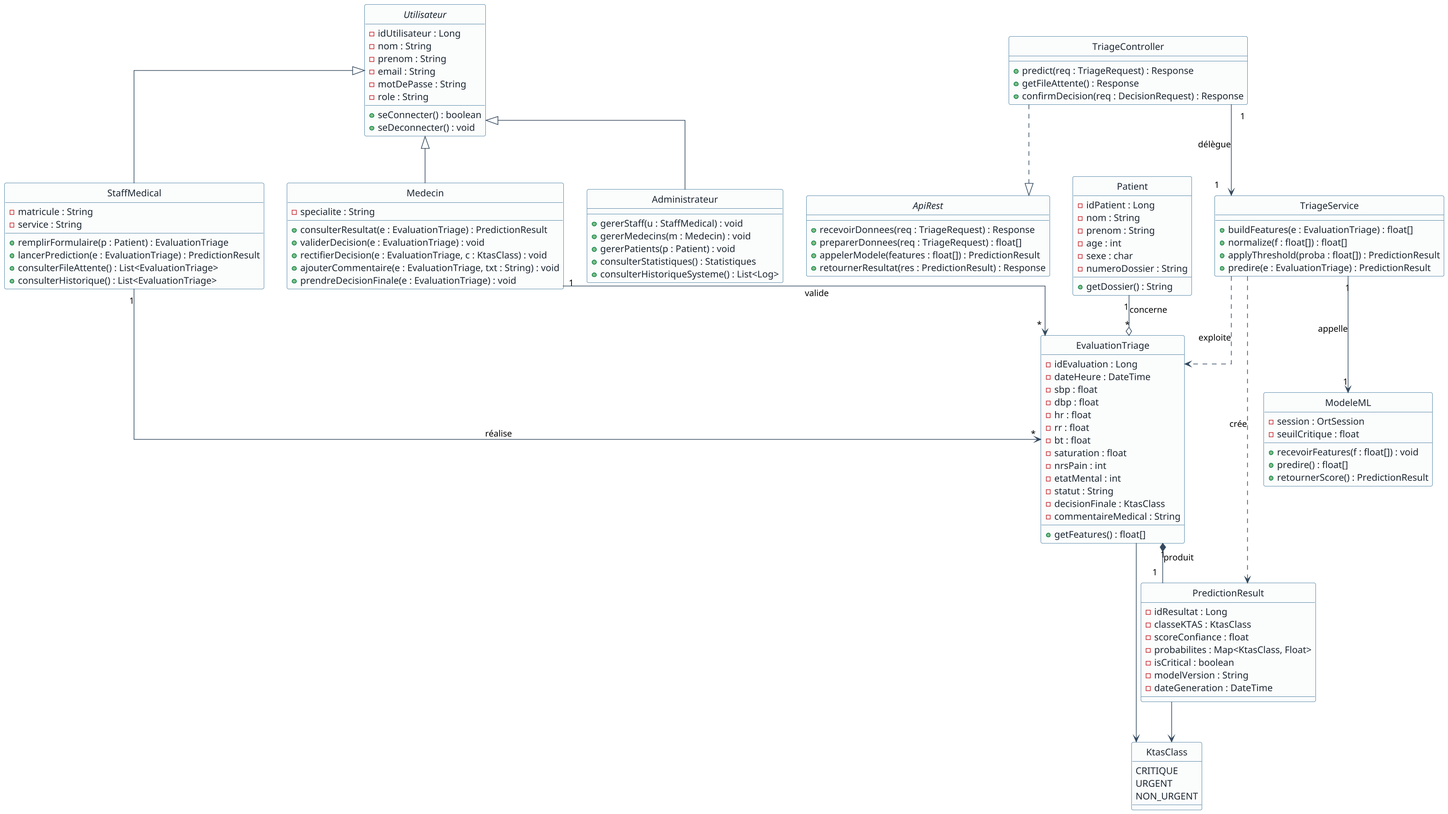
The PlantUML diagram figures/class.png in Salaheddine03-ux/quicktriage-rapport, before a commit.
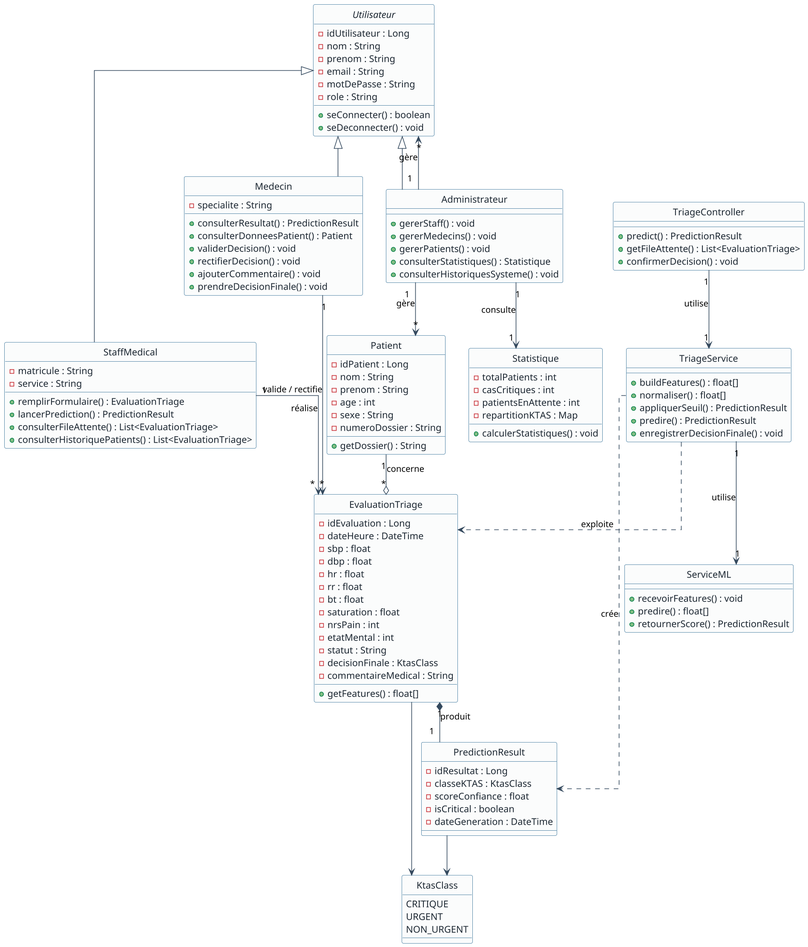
The same file after the commit.

Change to the diagram source:
```diff
@@ -26,27 +26,28 @@
 class StaffMedical {
   - matricule : String
   - service : String
-  + remplirFormulaire(p : Patient) : EvaluationTriage
-  + lancerPrediction(e : EvaluationTriage) : PredictionResult
+  + remplirFormulaire() : EvaluationTriage
+  + lancerPrediction() : PredictionResult
   + consulterFileAttente() : List<EvaluationTriage>
-  + consulterHistorique() : List<EvaluationTriage>
+  + consulterHistoriquePatients() : List<EvaluationTriage>
 }
 
 class Medecin {
   - specialite : String
-  + consulterResultat(e : EvaluationTriage) : PredictionResult
-  + validerDecision(e : EvaluationTriage) : void
-  + rectifierDecision(e : EvaluationTriage, c : KtasClass) : void
-  + ajouterCommentaire(e : EvaluationTriage, txt : String) : void
-  + prendreDecisionFinale(e : EvaluationTriage) : void
+  + consulterResultat() : PredictionResult
+  + consulterDonneesPatient() : Patient
+  + validerDecision() : void
+  + rectifierDecision() : void
+  + ajouterCommentaire() : void
+  + prendreDecisionFinale() : void
 }
 
 class Administrateur {
-  + gererStaff(u : StaffMedical) : void
-  + gererMedecins(m : Medecin) : void
-  + gererPatients(p : Patient) : void
-  + consulterStatistiques() : Statistiques
-  + consulterHistoriqueSysteme() : List<Log>
+  + gererStaff() : void
+  + gererMedecins() : void
+  + gererPatients() : void
+  + consulterStatistiques() : Statistique
+  + consulterHistoriquesSysteme() : void
 }
 
 Utilisateur <|-- StaffMedical
@@ -58,7 +59,7 @@
   - nom : String
   - prenom : String
   - age : int
-  - sexe : char
+  - sexe : String
   - numeroDossier : String
   + getDossier() : String
 }
@@ -84,9 +85,7 @@
   - idResultat : Long
   - classeKTAS : KtasClass
   - scoreConfiance : float
-  - probabilites : Map<KtasClass, Float>
   - isCritical : boolean
-  - modelVersion : String
   - dateGeneration : DateTime
 }
 
@@ -96,44 +95,47 @@
   NON_URGENT
 }
 
+class TriageController {
+  + predict() : PredictionResult
+  + getFileAttente() : List<EvaluationTriage>
+  + confirmerDecision() : void
+}
+
+class TriageService {
+  + buildFeatures() : float[]
+  + normaliser() : float[]
+  + appliquerSeuil() : PredictionResult
+  + predire() : PredictionResult
+  + enregistrerDecisionFinale() : void
+}
+
+class ServiceML {
+  + recevoirFeatures() : void
+  + predire() : float[]
+  + retournerScore() : PredictionResult
+}
+
+class Statistique {
+  - totalPatients : int
+  - casCritiques : int
+  - patientsEnAttente : int
+  - repartitionKTAS : Map
+  + calculerStatistiques() : void
+}
+
 Patient "1" --o "*" EvaluationTriage : concerne
 StaffMedical "1" --> "*" EvaluationTriage : réalise
-Medecin "1" --> "*" EvaluationTriage : valide
+Medecin "1" --> "*" EvaluationTriage : valide / rectifie
 EvaluationTriage "1" *-- "1" PredictionResult : produit
 EvaluationTriage --> KtasClass
 PredictionResult --> KtasClass
 
-interface ApiRest {
-  + recevoirDonnees(req : TriageRequest) : Response
-  + preparerDonnees(req : TriageRequest) : float[]
-  + appelerModele(features : float[]) : PredictionResult
-  + retournerResultat(res : PredictionResult) : Response
-}
-
-class TriageController {
-  + predict(req : TriageRequest) : Response
-  + getFileAttente() : Response
-  + confirmDecision(req : DecisionRequest) : Response
-}
-
-class TriageService {
-  + buildFeatures(e : EvaluationTriage) : float[]
-  + normalize(f : float[]) : float[]
-  + applyThreshold(proba : float[]) : PredictionResult
-  + predire(e : EvaluationTriage) : PredictionResult
-}
-
-class ModeleML {
-  - session : OrtSession
-  - seuilCritique : float
-  + recevoirFeatures(f : float[]) : void
-  + predire() : float[]
-  + retournerScore() : PredictionResult
-}
-
-TriageController ..|> ApiRest
-TriageController "1" --> "1" TriageService : délègue
-TriageService "1" --> "1" ModeleML : appelle
+TriageController "1" --> "1" TriageService : utilise
+TriageService "1" --> "1" ServiceML : utilise
 TriageService ..> EvaluationTriage : exploite
 TriageService ..> PredictionResult : crée
+
+Administrateur "1" --> "*" Utilisateur : gère
+Administrateur "1" --> "*" Patient : gère
+Administrateur "1" --> "1" Statistique : consulte
 @enduml
```
